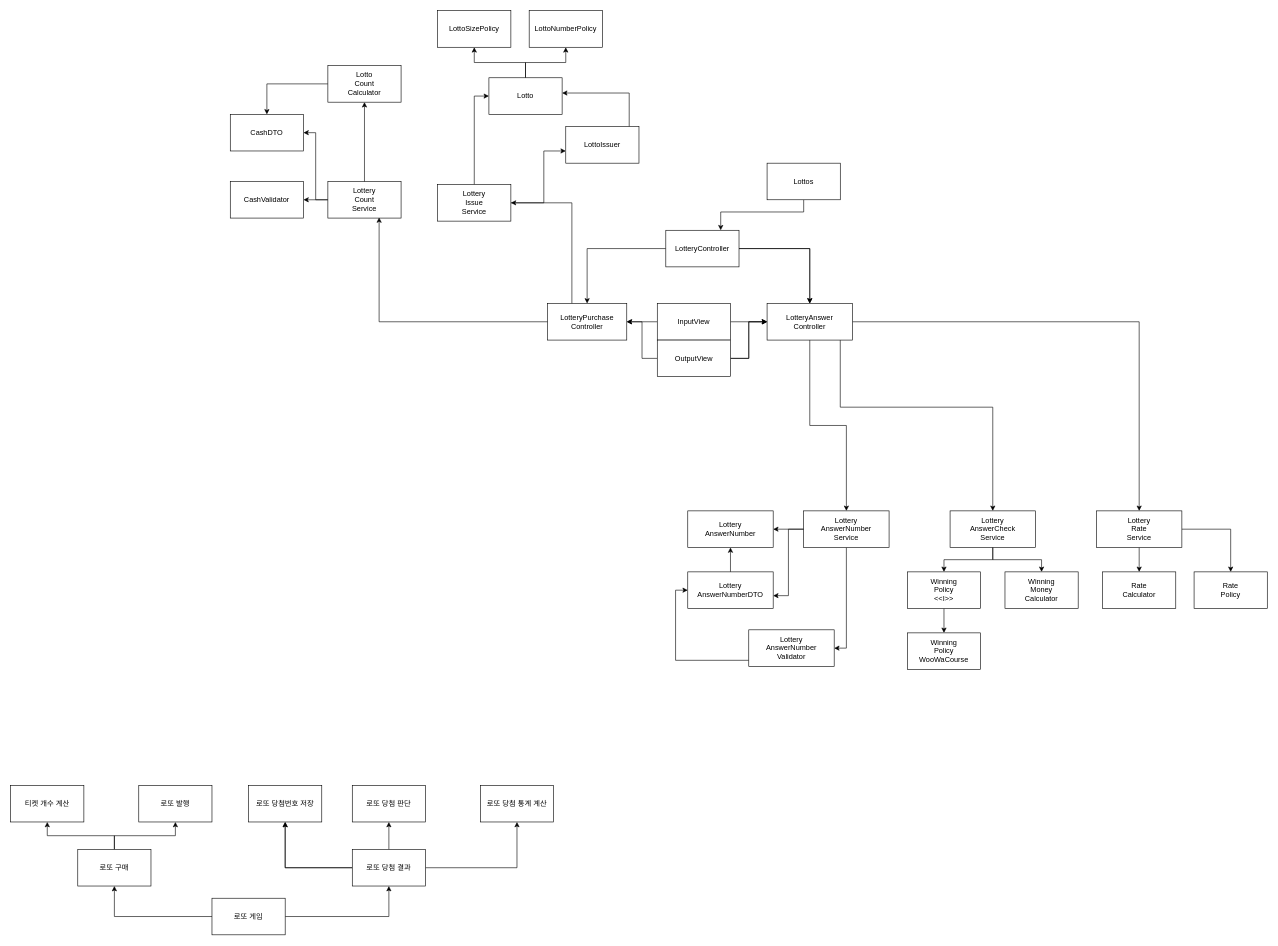
Earlier version of the draw.io diagram docs/로또게임-6기.drawio (woowacourse-precourse/java-lotto-6). Source tidied: cells renumbered, new cells numbered last; positions are measured from the earlier drawing's top-left corner, leaving out a move shared by most shapes. Both pictures are drawn from the tidied source at 61%, with x=0, y=0 at pixel (10, 10).
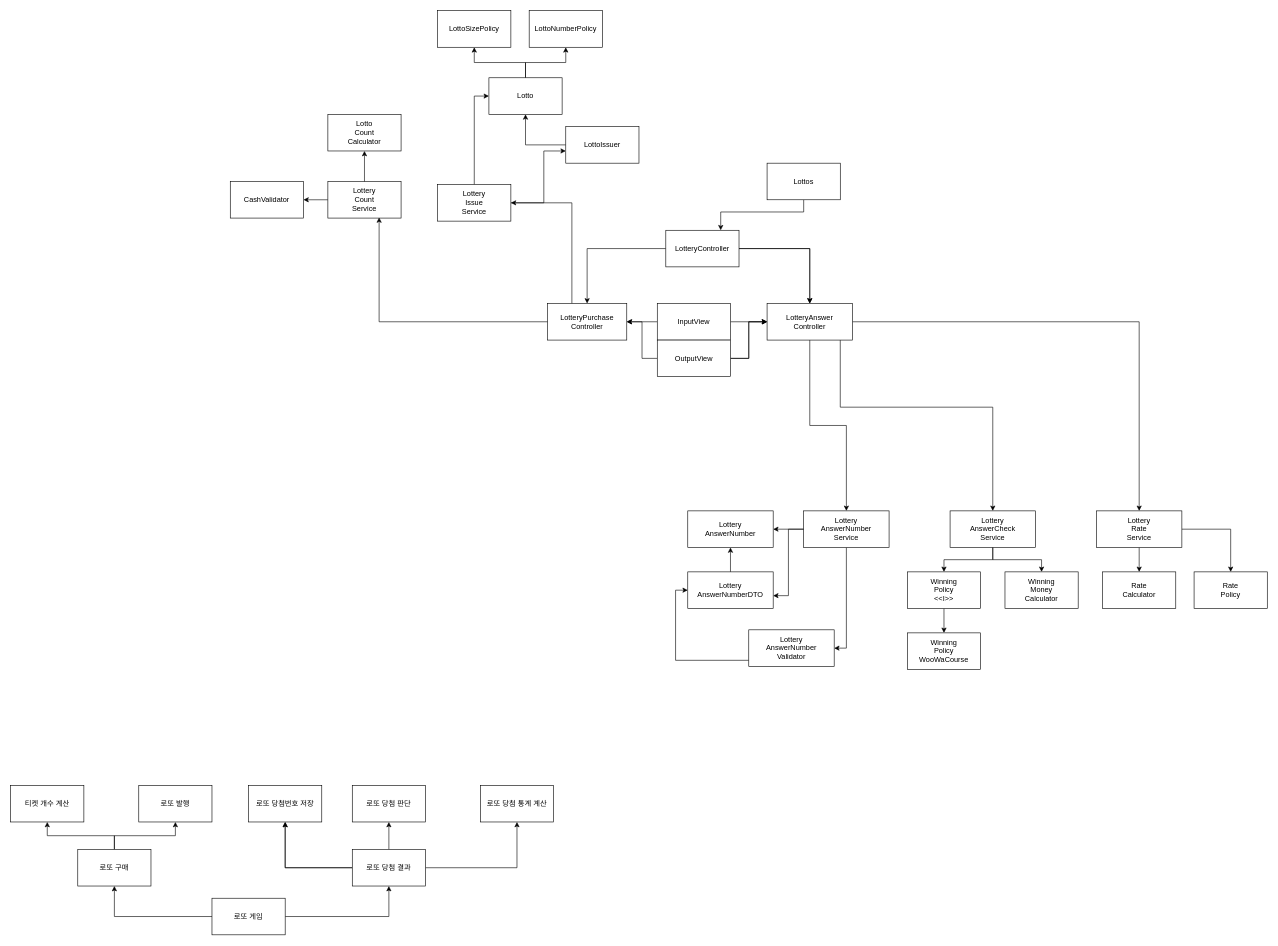
After the change.

Commit message:
로또게임-6기.drawio 업데이트

Unchanged cells that the change refers to:
```xml
<mxCell id="29" value="Lottery&lt;br style=&quot;border-color: var(--border-color);&quot;&gt;Count&lt;br style=&quot;border-color: var(--border-color);&quot;&gt;Service" style="rounded=0;whiteSpace=wrap;html=1;" parent="1" vertex="1">
  <mxGeometry x="520" y="280" width="120" height="60" as="geometry" />
</mxCell>
<mxCell id="35" value="Lotto" style="rounded=0;whiteSpace=wrap;html=1;" parent="1" vertex="1">
  <mxGeometry x="784" y="110" width="120" height="60" as="geometry" />
</mxCell>
<mxCell id="37" value="LottoIssuer" style="rounded=0;whiteSpace=wrap;html=1;" parent="1" vertex="1">
  <mxGeometry x="910" y="190" width="120" height="60" as="geometry" />
</mxCell>
```

Diff of the diagram source:
```diff
@@
-    <mxCell id="28" style="edgeStyle=orthogonalEdgeStyle;rounded=0;jettySize=auto;html=1;entryX=1;entryY=0.5;entryDx=0;entryDy=0;" parent="1" edge="1" source="29" target="74">
-      <mxGeometry relative="1" as="geometry" />
-    </mxCell>
@@
     <mxCell id="36" style="edgeStyle=orthogonalEdgeStyle;rounded=0;jettySize=auto;html=1;" parent="1" edge="1" source="37" target="35">
-      <mxGeometry relative="1" as="geometry">
-        <Array as="points">
-          <mxPoint x="1014" y="135" />
-        </Array>
-      </mxGeometry>
+      <mxGeometry relative="1" as="geometry" />
     </mxCell>
@@
-    <mxCell id="39" style="edgeStyle=orthogonalEdgeStyle;rounded=0;jettySize=auto;html=1;" parent="1" edge="1" source="40" target="74">
-      <mxGeometry relative="1" as="geometry" />
-    </mxCell>
     <mxCell id="40" value="Lotto&lt;br&gt;Count&lt;br&gt;Calculator" style="rounded=0;whiteSpace=wrap;html=1;" parent="1" vertex="1">
-      <mxGeometry x="520" y="90" width="120" height="60" as="geometry" />
+      <mxGeometry x="520" y="170" width="120" height="60" as="geometry" />
     </mxCell>
@@
-    <mxCell id="74" value="CashDTO" style="rounded=0;whiteSpace=wrap;html=1;" parent="1" vertex="1">
-      <mxGeometry x="360" y="170" width="120" height="60" as="geometry" />
-    </mxCell>
```
